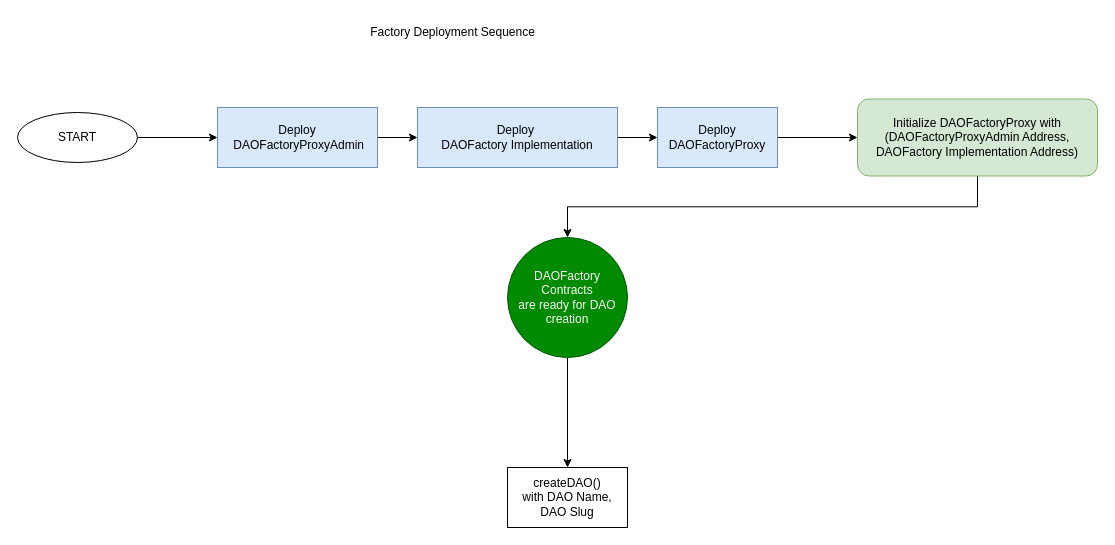
createDAO/flow keeps this draw.io diagram as CreateDAO.drawio. Above is the earlier version. Source tidied: cells renumbered, new cells numbered last; positions are measured from the earlier drawing's top-left corner, leaving out a move shared by most shapes. Both pictures are drawn from the tidied source at 100%, with x=0, y=0 at pixel (17, 17).
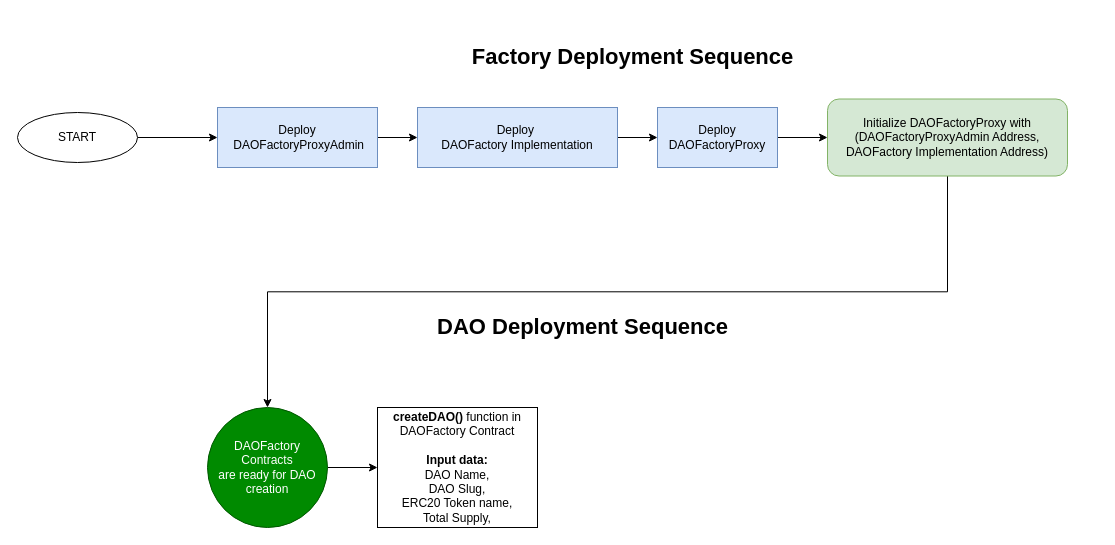
Above is the later version.

Diff of the diagram source:
```diff
@@
 <mxGraphModel>
   <root>
     <mxCell id="0" />
     <mxCell id="1" parent="0" />
     <mxCell id="2" style="edgeStyle=orthogonalEdgeStyle;rounded=0;jettySize=auto;html=1;" parent="1" edge="1" source="3" target="6">
       <mxGeometry relative="1" as="geometry" />
     </mxCell>
     <mxCell id="3" value="&lt;span style=&quot;text-wrap-mode: nowrap;&quot;&gt;Deploy&lt;/span&gt;&lt;div&gt;&lt;span style=&quot;text-wrap-mode: nowrap;&quot;&gt;&amp;nbsp;DAOFactoryProxyAdmin&lt;/span&gt;&lt;/div&gt;" style="rounded=0;whiteSpace=wrap;html=1;fillColor=#dae8fc;strokeColor=#6c8ebf;" parent="1" vertex="1">
       <mxGeometry x="200" y="90" width="160" height="60" as="geometry" />
     </mxCell>
-    <mxCell id="4" value="Factory&amp;nbsp;&lt;span style=&quot;background-color: transparent; color: light-dark(rgb(0, 0, 0), rgb(255, 255, 255));&quot;&gt;Deployment Sequence&lt;/span&gt;" style="text;html=1;align=center;verticalAlign=middle;strokeColor=none;fillColor=none;" parent="1" vertex="1">
-      <mxGeometry x="340" width="190" height="30" as="geometry" />
-    </mxCell>
     <mxCell id="5" style="edgeStyle=orthogonalEdgeStyle;rounded=0;jettySize=auto;html=1;" parent="1" edge="1" source="6" target="8">
       <mxGeometry relative="1" as="geometry" />
     </mxCell>
     <mxCell id="6" value="&lt;span style=&quot;text-wrap-mode: nowrap;&quot;&gt;Deploy&amp;nbsp;&lt;/span&gt;&lt;div&gt;&lt;span style=&quot;text-wrap-mode: nowrap;&quot;&gt;DAOFactory Implementation&lt;/span&gt;&lt;/div&gt;" style="whiteSpace=wrap;html=1;rounded=0;fillColor=#dae8fc;strokeColor=#6c8ebf;" parent="1" vertex="1">
       <mxGeometry x="400" y="90" width="200" height="60" as="geometry" />
     </mxCell>
     <mxCell id="7" style="edgeStyle=orthogonalEdgeStyle;rounded=0;jettySize=auto;html=1;" parent="1" edge="1" source="8" target="10">
       <mxGeometry relative="1" as="geometry" />
     </mxCell>
     <mxCell id="8" value="&lt;span style=&quot;text-wrap-mode: nowrap;&quot;&gt;Deploy&lt;/span&gt;&lt;div&gt;&lt;span style=&quot;text-wrap-mode: nowrap;&quot;&gt;DAOFactoryProxy&lt;/span&gt;&lt;/div&gt;" style="whiteSpace=wrap;html=1;rounded=0;fillColor=#dae8fc;strokeColor=#6c8ebf;" parent="1" vertex="1">
       <mxGeometry x="640" y="90" width="120" height="60" as="geometry" />
     </mxCell>
     <mxCell id="9" style="edgeStyle=orthogonalEdgeStyle;rounded=0;jettySize=auto;html=1;exitX=0.5;exitY=1;exitDx=0;exitDy=0;entryX=0.5;entryY=0;entryDx=0;entryDy=0;" parent="1" edge="1" source="10" target="14">
       <mxGeometry relative="1" as="geometry" />
     </mxCell>
     <mxCell id="10" value="&lt;span style=&quot;text-wrap-mode: nowrap;&quot;&gt;Initialize DAOFactoryProxy with&lt;/span&gt;&lt;div&gt;&lt;span style=&quot;text-wrap-mode: nowrap;&quot;&gt;(&lt;/span&gt;&lt;span style=&quot;text-wrap-mode: nowrap; background-color: transparent; color: light-dark(rgb(0, 0, 0), rgb(255, 255, 255));&quot;&gt;DAOFactoryProxyAdmin Address,&lt;/span&gt;&lt;/div&gt;&lt;div&gt;&lt;span style=&quot;text-wrap-mode: nowrap;&quot;&gt;DAOFactory Implementation Address)&lt;/span&gt;&lt;/div&gt;" style="whiteSpace=wrap;html=1;rounded=1;fillColor=#d5e8d4;strokeColor=#82b366;" parent="1" vertex="1">
-      <mxGeometry x="840" y="81.5" width="240" height="77" as="geometry" />
+      <mxGeometry x="810" y="81.5" width="240" height="77" as="geometry" />
     </mxCell>
     <mxCell id="11" style="edgeStyle=orthogonalEdgeStyle;rounded=0;jettySize=auto;html=1;exitX=1;exitY=0.5;exitDx=0;exitDy=0;entryX=0;entryY=0.5;entryDx=0;entryDy=0;" parent="1" edge="1" source="12" target="3">
       <mxGeometry relative="1" as="geometry" />
     </mxCell>
     <mxCell id="12" value="START" style="ellipse;whiteSpace=wrap;html=1;" parent="1" vertex="1">
       <mxGeometry y="95" width="120" height="50" as="geometry" />
     </mxCell>
     <mxCell id="13" style="edgeStyle=orthogonalEdgeStyle;rounded=0;jettySize=auto;html=1;" parent="1" edge="1" source="14" target="15">
       <mxGeometry relative="1" as="geometry" />
     </mxCell>
     <mxCell id="14" value="DAOFactory Contracts&lt;div&gt;are ready for DAO&lt;/div&gt;&lt;div&gt;creation&lt;/div&gt;" style="ellipse;whiteSpace=wrap;html=1;fillColor=#008a00;strokeColor=#005700;fontColor=#ffffff;" parent="1" vertex="1">
-      <mxGeometry x="490" y="220" width="120" height="120" as="geometry" />
+      <mxGeometry x="190" y="390" width="120" height="120" as="geometry" />
     </mxCell>
-    <mxCell id="15" value="createDAO()&lt;div&gt;with DAO Name, DAO Slug&lt;/div&gt;" style="whiteSpace=wrap;html=1;" parent="1" vertex="1">
-      <mxGeometry x="490" y="450" width="120" height="60" as="geometry" />
+    <mxCell id="15" value="&lt;b&gt;createDAO()&amp;nbsp;&lt;/b&gt;&lt;span style=&quot;background-color: transparent; color: light-dark(rgb(0, 0, 0), rgb(255, 255, 255));&quot;&gt;function in DAOFactory Contract&lt;/span&gt;&lt;div&gt;&lt;div&gt;&lt;/div&gt;&lt;br&gt;&lt;/div&gt;&lt;div&gt;&lt;div style=&quot;&quot;&gt;&lt;div&gt;&lt;b&gt;Input data:&lt;/b&gt;&lt;/div&gt;&lt;div&gt;&lt;div&gt;DAO Name,&lt;/div&gt;&lt;div&gt;DAO Slug,&lt;/div&gt;&lt;/div&gt;&lt;div&gt;ERC20 Token name,&lt;/div&gt;&lt;/div&gt;&lt;div style=&quot;&quot;&gt;Total Supply,&lt;/div&gt;&lt;/div&gt;" style="whiteSpace=wrap;html=1;align=center;" parent="1" vertex="1">
+      <mxGeometry x="360" y="390" width="160" height="120" as="geometry" />
     </mxCell>
+    <mxCell id="4" value="Factory&amp;nbsp;&lt;span style=&quot;color: light-dark(rgb(0, 0, 0), rgb(255, 255, 255)); background-color: transparent;&quot;&gt;Deployment Sequence&lt;/span&gt;" style="text;html=1;align=center;verticalAlign=middle;strokeColor=none;fillColor=none;fontStyle=1;fontSize=22;" parent="1" vertex="1">
+      <mxGeometry x="450" y="20" width="330" height="40" as="geometry" />
+    </mxCell>
+    <mxCell id="16" value="DAO&amp;nbsp;&lt;span style=&quot;color: light-dark(rgb(0, 0, 0), rgb(255, 255, 255)); background-color: transparent;&quot;&gt;Deployment Sequence&lt;/span&gt;" style="text;html=1;align=center;verticalAlign=middle;strokeColor=none;fillColor=none;fontStyle=1;fontSize=22;" parent="1" vertex="1">
+      <mxGeometry x="415" y="290" width="300" height="40" as="geometry" />
+    </mxCell>
   </root>
 </mxGraphModel>
```
